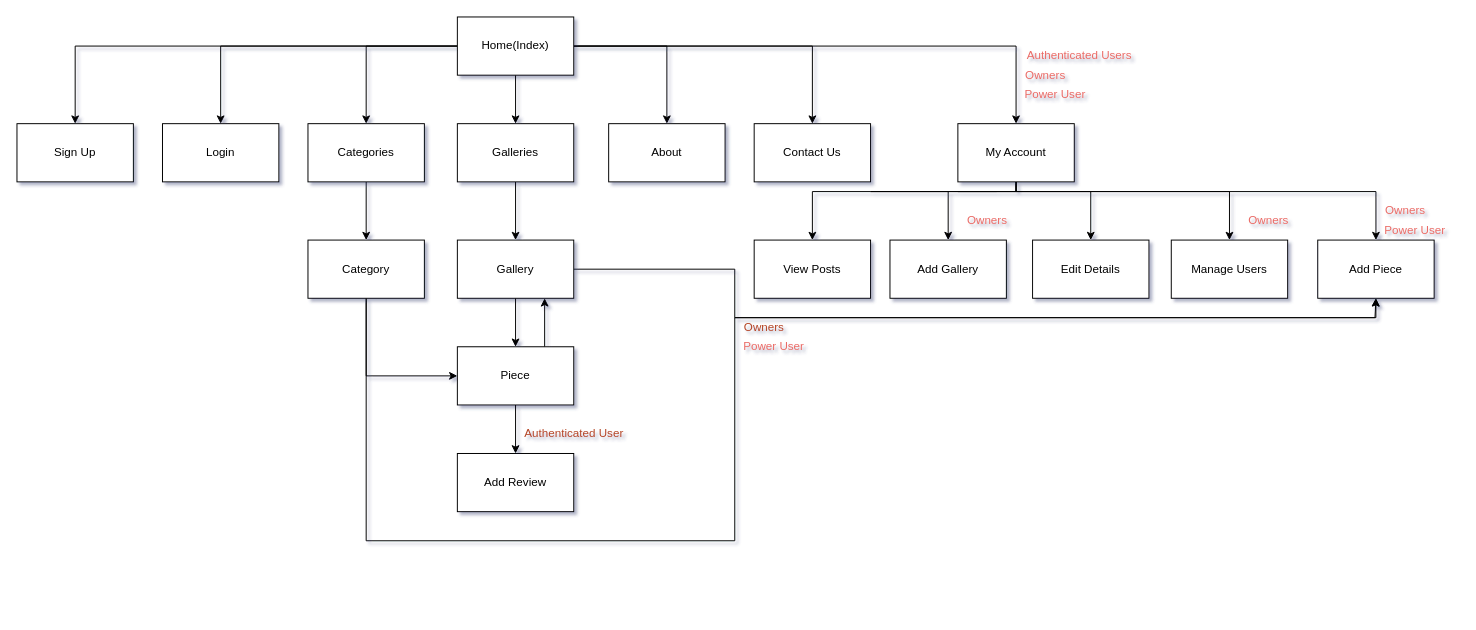
This is Map.drawio from RoryMcDermid/WAD2_Group_Project, a draw.io file, before an edit. Source tidied: cells renumbered, new cells numbered last; positions are measured from the earlier drawing's top-left corner, leaving out a move shared by most shapes. Both pictures are drawn from the tidied source at 97%, with x=0, y=0 at pixel (16, 16).
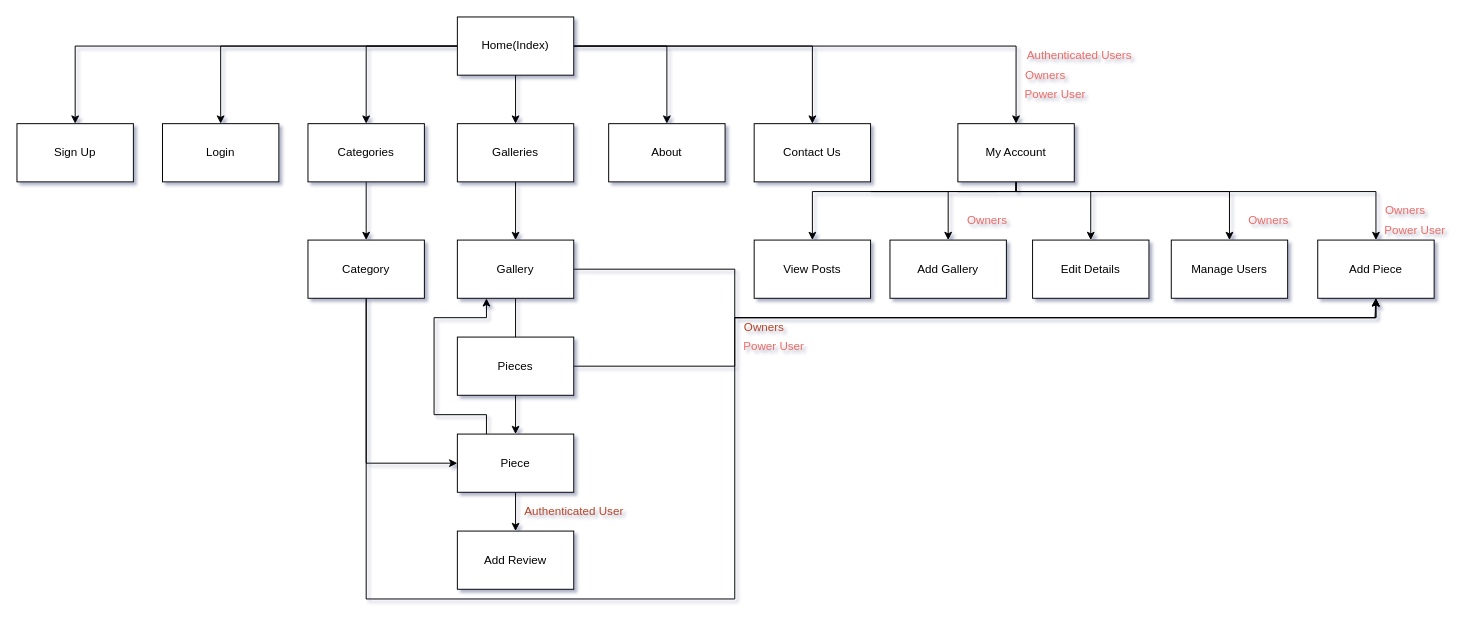
After the change.

Unchanged cells that the change refers to:
```xml
<mxCell id="26" value="Category" style="rounded=0;whiteSpace=wrap;html=1;" parent="1" vertex="1">
  <mxGeometry x="300" y="230" width="120" height="60" as="geometry" />
</mxCell>
<mxCell id="31" value="Gallery" style="rounded=0;whiteSpace=wrap;html=1;" parent="1" vertex="1">
  <mxGeometry x="454" y="230" width="120" height="60" as="geometry" />
</mxCell>
<mxCell id="45" value="&lt;span style=&quot;background-color: rgb(255 , 255 , 255)&quot;&gt;Add Piece&lt;/span&gt;" style="rounded=0;whiteSpace=wrap;html=1;fontColor=#000000;strokeColor=#000000;fillColor=#FFFFFF;" parent="1" vertex="1">
  <mxGeometry x="1341" y="230" width="120" height="60" as="geometry" />
</mxCell>
```

What changed in the source:
```diff
@@
     <mxCell id="25" style="edgeStyle=orthogonalEdgeStyle;rounded=0;jettySize=auto;html=1;entryX=0.5;entryY=1;entryDx=0;entryDy=0;fontColor=#000000;" parent="1" edge="1" source="26" target="45">
       <mxGeometry relative="1" as="geometry">
         <Array as="points">
-          <mxPoint x="360" y="540" />
-          <mxPoint x="740" y="540" />
+          <mxPoint x="360" y="600" />
+          <mxPoint x="740" y="600" />
           <mxPoint x="740" y="310" />
           <mxPoint x="1401" y="310" />
         </Array>
       </mxGeometry>
     </mxCell>
@@
-    <mxCell id="33" style="edgeStyle=orthogonalEdgeStyle;rounded=0;jettySize=auto;html=1;entryX=0.75;entryY=1;entryDx=0;entryDy=0;fontColor=#000000;exitX=0.75;exitY=0;exitDx=0;exitDy=0;" parent="1" edge="1" source="34" target="31">
-      <mxGeometry relative="1" as="geometry" />
+    <mxCell id="33" style="edgeStyle=orthogonalEdgeStyle;rounded=0;jettySize=auto;html=1;entryX=0.25;entryY=1;entryDx=0;entryDy=0;fontColor=#000000;exitX=0.25;exitY=0;exitDx=0;exitDy=0;" parent="1" edge="1" source="34" target="31">
+      <mxGeometry relative="1" as="geometry">
+        <Array as="points">
+          <mxPoint x="484" y="410" />
+          <mxPoint x="430" y="410" />
+          <mxPoint x="430" y="310" />
+          <mxPoint x="484" y="310" />
+        </Array>
+      </mxGeometry>
     </mxCell>
     <mxCell id="34" value="Piece" style="rounded=0;whiteSpace=wrap;html=1;" parent="1" vertex="1">
-      <mxGeometry x="454" y="340" width="120" height="60" as="geometry" />
+      <mxGeometry x="454" y="430" width="120" height="60" as="geometry" />
     </mxCell>
     <mxCell id="35" value="Add Review" style="rounded=0;whiteSpace=wrap;html=1;" parent="1" vertex="1">
-      <mxGeometry x="454" y="450" width="120" height="60" as="geometry" />
+      <mxGeometry x="454" y="530" width="120" height="60" as="geometry" />
     </mxCell>
@@
     <mxCell id="40" value="&lt;font&gt;Authenticated User&lt;/font&gt;" style="text;html=1;align=center;verticalAlign=middle;fillColor=none;strokeColor=none;rounded=0;fontColor=#B44525;" parent="1" vertex="1">
-      <mxGeometry x="514" y="420" width="120" height="20" as="geometry" />
+      <mxGeometry x="514" y="500" width="120" height="20" as="geometry" />
     </mxCell>
@@
+    <mxCell id="50" style="edgeStyle=orthogonalEdgeStyle;rounded=0;jettySize=auto;html=1;entryX=0.5;entryY=1;entryDx=0;entryDy=0;" parent="1" edge="1" source="51" target="45">
+      <mxGeometry relative="1" as="geometry">
+        <Array as="points">
+          <mxPoint x="740" y="360" />
+          <mxPoint x="740" y="310" />
+          <mxPoint x="1401" y="310" />
+        </Array>
+      </mxGeometry>
+    </mxCell>
+    <mxCell id="51" value="Pieces" style="rounded=0;whiteSpace=wrap;html=1;" parent="1" vertex="1">
+      <mxGeometry x="454" y="330" width="120" height="60" as="geometry" />
+    </mxCell>
```
